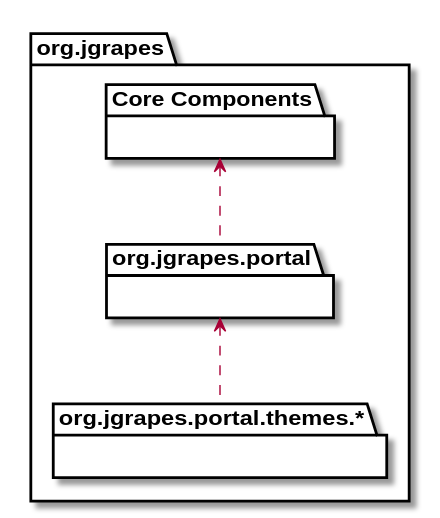
This is javadoc/package-hierarchy.svg from mnlipp/jgrapes, a PlantUML export, as it was before one commit.
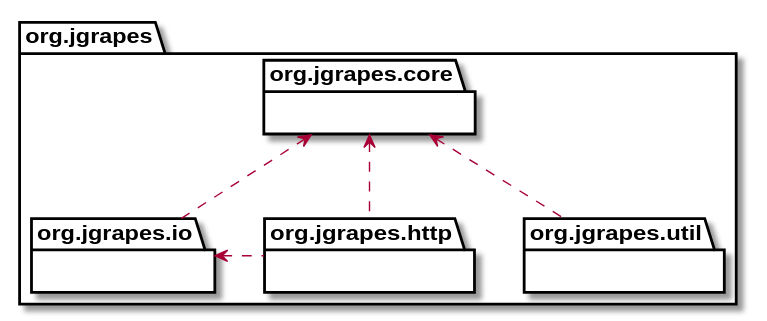
After the change.

Change to the diagram source:
```diff
@@ -2,16 +2,21 @@
 skinparam svgLinkTarget _parent
 
 package org.jgrapes {
-    package "Core Components" {
+    package org.jgrapes.core [[org/jgrapes/core/package-summary.html#package.description]] {
     }
 
-    package org.jgrapes.portal [[org/jgrapes/portal/package-summary.html#package.description]] {
+    package org.jgrapes.util [[org/jgrapes/util/package-summary.html#package.description]] {
     }
 
-    package "org.jgrapes.portal.themes.*" {
+    package org.jgrapes.io [[org/jgrapes/io/package-summary.html#package.description]] {
+    }
+
+    package org.jgrapes.http [[org/jgrapes/http/package-summary.html#package.description]] {
     }
 }
 
-"Core Components" <.. org.jgrapes.portal
-org.jgrapes.portal <.. "org.jgrapes.portal.themes.*"
+org.jgrapes.core <.. org.jgrapes.io
+org.jgrapes.core <.. org.jgrapes.util
+org.jgrapes.core <.. org.jgrapes.http
+org.jgrapes.io <.right. org.jgrapes.http
 @enduml
```
